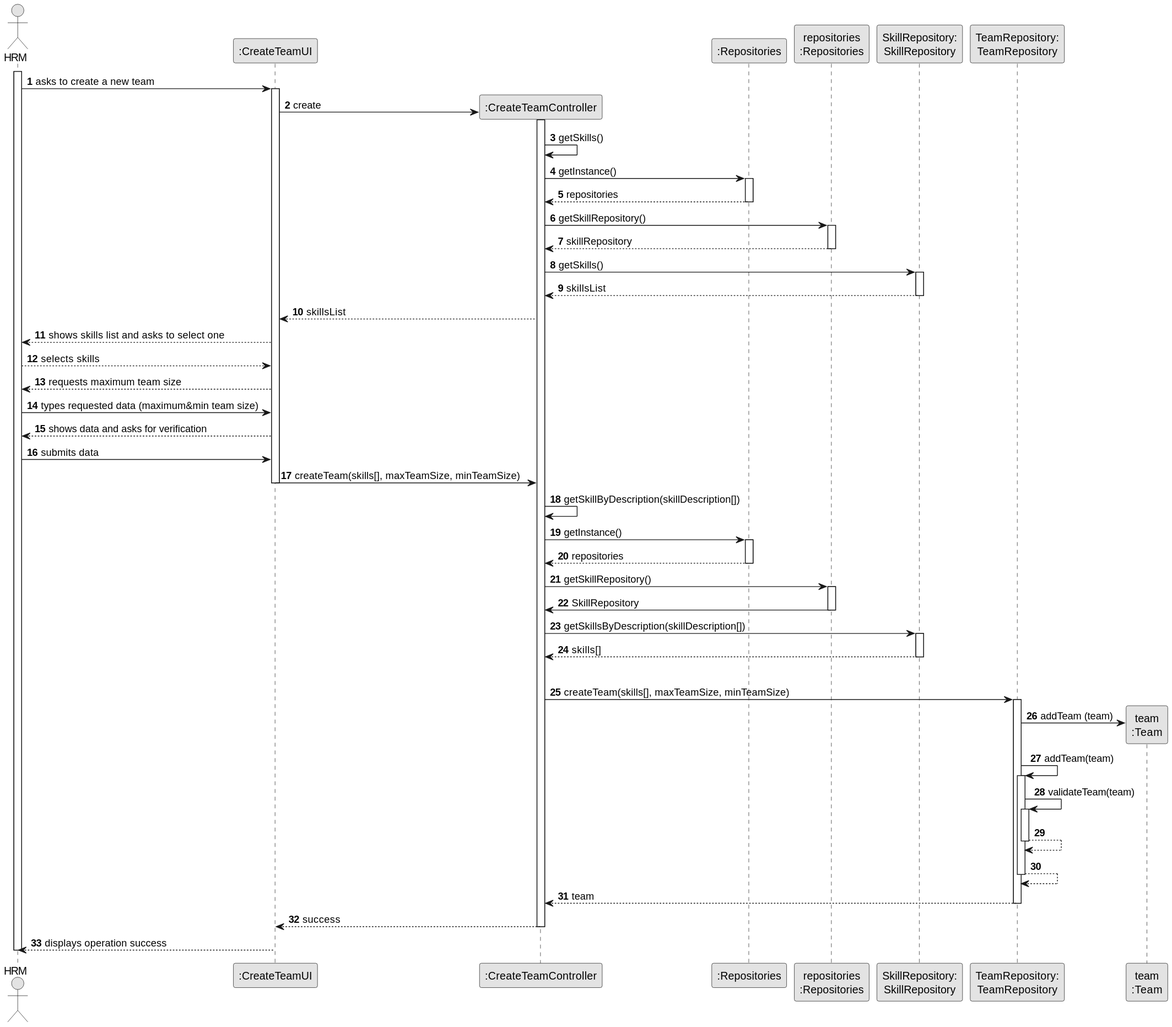
Above: docs/sprintB/us005/03.design/svg/us005-sequence-diagram-full.svg in ricardomm7/leaflink (PlantUML), before the change. Source of this version:
```plantuml
@startuml
skinparam monochrome true
skinparam packageStyle rectangle
skinparam shadowing false

autonumber

actor "HRM" as ADM
participant ":CreateTeamUI" as UI
participant ":CreateTeamController" as CTRL
participant ":Repositories" as RepositorySingleton
participant "repositories\n:Repositories" as PLAT
participant "SkillRepository:\nSkillRepository" as SkillRepository
participant "TeamRepository:\nTeamRepository" as TeamRepository
participant "team\n:Team" as Team

activate ADM

    ADM -> UI : asks to create a new team
    activate UI

                UI -> CTRL** : create

                activate CTRL

                    CTRL -> CTRL : getSkills()

                    CTRL -> RepositorySingleton : getInstance()
                    activate RepositorySingleton

                        RepositorySingleton --> CTRL: repositories
                    deactivate RepositorySingleton

                    CTRL -> PLAT : getSkillRepository()
                    activate PLAT

                        PLAT --> CTRL: skillRepository
                    deactivate PLAT

                    CTRL -> SkillRepository : getSkills()
                    activate SkillRepository

                        SkillRepository --> CTRL : skillsList
                    deactivate SkillRepository

                    CTRL --> UI : skillsList

                UI --> ADM : shows skills list and asks to select one

        ADM --> UI : selects skills

        UI --> ADM : requests maximum team size

    ADM -> UI : types requested data (maximum&min team size)

        UI --> ADM : shows data and asks for verification

    ADM -> UI : submits data

        UI -> CTRL : createTeam(skills[], maxTeamSize, minTeamSize)
        deactivate UI

            CTRL -> CTRL : getSkillByDescription(skillDescription[])

                CTRL -> RepositorySingleton : getInstance()
                activate RepositorySingleton

                    RepositorySingleton --> CTRL: repositories
                deactivate RepositorySingleton

                CTRL -> PLAT : getSkillRepository()
                activate PLAT

                    PLAT -> CTRL : SkillRepository
                deactivate PLAT

                CTRL -> SkillRepository : getSkillsByDescription(skillDescription[])
                activate SkillRepository

                    SkillRepository --> CTRL : skills[]
                deactivate SkillRepository



            |||
                CTRL -> TeamRepository: createTeam(skills[], maxTeamSize, minTeamSize)
                activate TeamRepository

                TeamRepository -> Team**: addTeam (team)

                    TeamRepository -> TeamRepository: addTeam(team)
                    activate TeamRepository
                        TeamRepository -> TeamRepository: validateTeam(team)
                        activate TeamRepository
                            TeamRepository --> TeamRepository
                            deactivate TeamRepository

                    TeamRepository --> TeamRepository
                deactivate TeamRepository

            TeamRepository --> CTRL: team
            deactivate TeamRepository

            CTRL --> UI : success
            deactivate CTRL
            UI --> ADM: displays operation success
    deactivate UI

deactivate ADM
@enduml
```
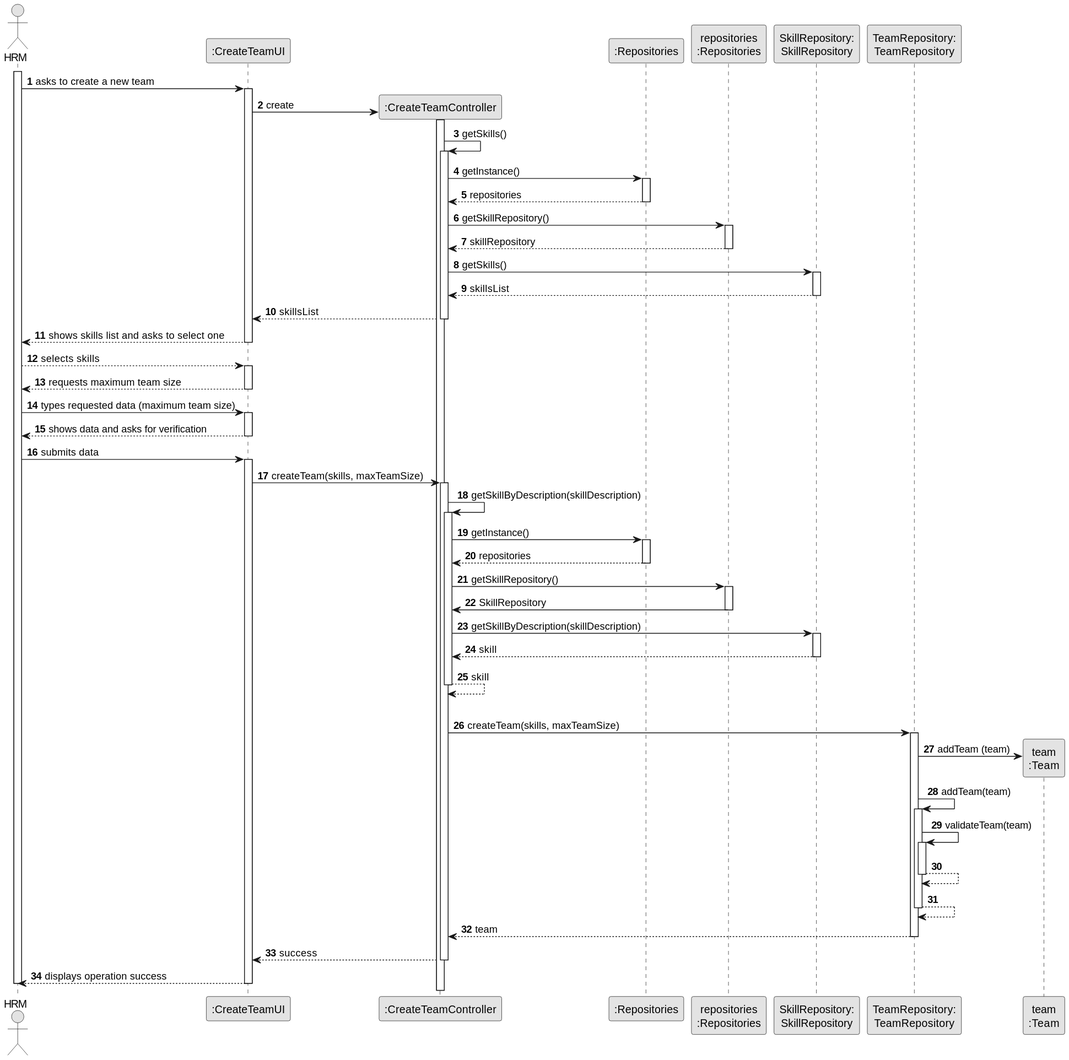
After the commit.

The edit, as a diff of the source:
```diff
@@ -24,6 +24,7 @@
                 activate CTRL
 
                     CTRL -> CTRL : getSkills()
+                    activate CTRL
 
                     CTRL -> RepositorySingleton : getInstance()
                     activate RepositorySingleton
@@ -44,23 +45,31 @@
                     deactivate SkillRepository
 
                     CTRL --> UI : skillsList
+                deactivate CTRL
 
                 UI --> ADM : shows skills list and asks to select one
+            deactivate UI
 
         ADM --> UI : selects skills
+        activate UI
 
         UI --> ADM : requests maximum team size
+    deactivate UI
 
-    ADM -> UI : types requested data (maximum&min team size)
+    ADM -> UI : types requested data (maximum team size)
+    activate UI
 
         UI --> ADM : shows data and asks for verification
+    deactivate UI
 
     ADM -> UI : submits data
+    activate UI
 
-        UI -> CTRL : createTeam(skills[], maxTeamSize, minTeamSize)
-        deactivate UI
+        UI -> CTRL : createTeam(skills, maxTeamSize)
+        activate CTRL
 
-            CTRL -> CTRL : getSkillByDescription(skillDescription[])
+            CTRL -> CTRL : getSkillByDescription(skillDescription)
+            activate CTRL
 
                 CTRL -> RepositorySingleton : getInstance()
                 activate RepositorySingleton
@@ -74,16 +83,17 @@
                     PLAT -> CTRL : SkillRepository
                 deactivate PLAT
 
-                CTRL -> SkillRepository : getSkillsByDescription(skillDescription[])
+                CTRL -> SkillRepository : getSkillByDescription(skillDescription)
                 activate SkillRepository
 
-                    SkillRepository --> CTRL : skills[]
+                    SkillRepository --> CTRL : skill
                 deactivate SkillRepository
-
+                    CTRL --> CTRL : skill
+            deactivate CTRL
 
 
             |||
-                CTRL -> TeamRepository: createTeam(skills[], maxTeamSize, minTeamSize)
+                CTRL -> TeamRepository: createTeam(skills, maxTeamSize)
                 activate TeamRepository
 
                 TeamRepository -> Team**: addTeam (team)
```
